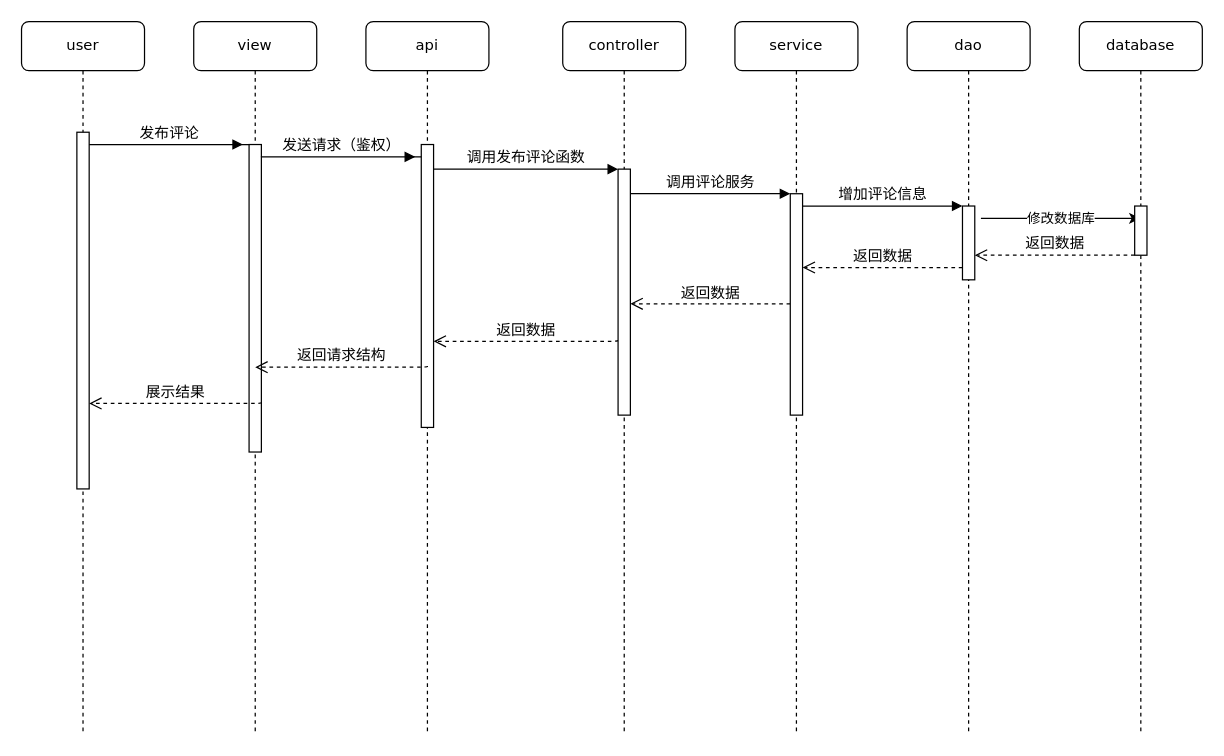
Earlier version of the draw.io diagram 毕业设计CQUPT/评论时序图.drawio (myjdml/drowio). Source tidied: cells renumbered, new cells numbered last; positions are measured from the earlier drawing's top-left corner, leaving out a move shared by most shapes. Both pictures are drawn from the tidied source at 123%, with x=0, y=0 at pixel (21, 21).
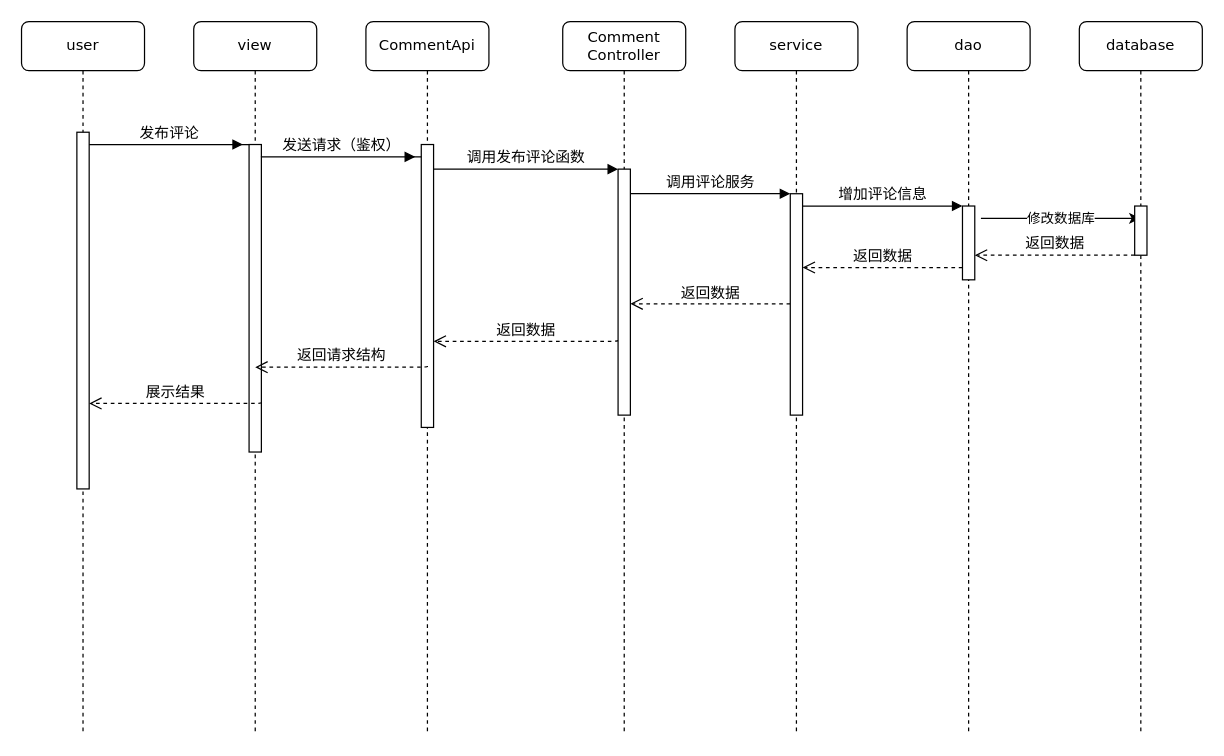
Above is the later version.

Commit message:
更新评论时序图.drawio

Diff of the diagram source:
```diff
@@
-    <mxCell id="2" value="api" style="shape=umlLifeline;perimeter=lifelinePerimeter;whiteSpace=wrap;html=1;rounded=1;shadow=0;comic=0;labelBackgroundColor=none;strokeWidth=1;fontFamily=Verdana;fontSize=12;align=center;" parent="1" vertex="1">
+    <mxCell id="2" value="CommentApi" style="shape=umlLifeline;perimeter=lifelinePerimeter;whiteSpace=wrap;html=1;rounded=1;shadow=0;comic=0;labelBackgroundColor=none;strokeWidth=1;fontFamily=Verdana;fontSize=12;align=center;" parent="1" vertex="1">
       <mxGeometry x="280" width="100" height="580" as="geometry" />
     </mxCell>
@@
-    <mxCell id="5" value="controller" style="shape=umlLifeline;perimeter=lifelinePerimeter;whiteSpace=wrap;html=1;rounded=1;shadow=0;comic=0;labelBackgroundColor=none;strokeWidth=1;fontFamily=Verdana;fontSize=12;align=center;" parent="1" vertex="1">
+    <mxCell id="5" value="Comment&lt;br&gt;Controller" style="shape=umlLifeline;perimeter=lifelinePerimeter;whiteSpace=wrap;html=1;rounded=1;shadow=0;comic=0;labelBackgroundColor=none;strokeWidth=1;fontFamily=Verdana;fontSize=12;align=center;" parent="1" vertex="1">
       <mxGeometry x="440" width="100" height="580" as="geometry" />
     </mxCell>
```
